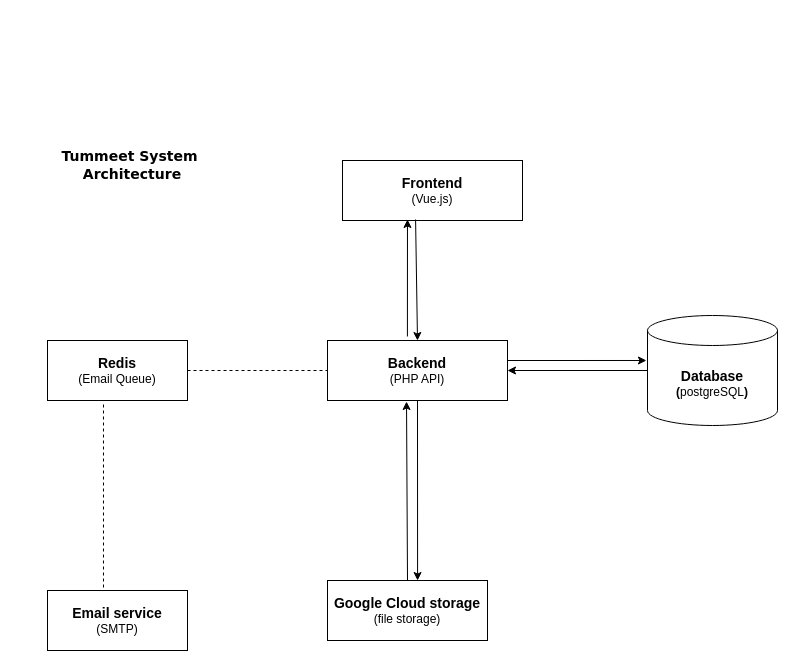
Earlier version of the draw.io diagram page "Page-1" (1 of 4) of Untitled Diagram.drawio (kiavin/auth_pages). Source tidied: cells renumbered, new cells numbered last; positions are measured from the earlier drawing's top-left corner, leaving out a move shared by most shapes. Both pictures are drawn from the tidied source at 100%, with x=0, y=0 at pixel (17, 150).
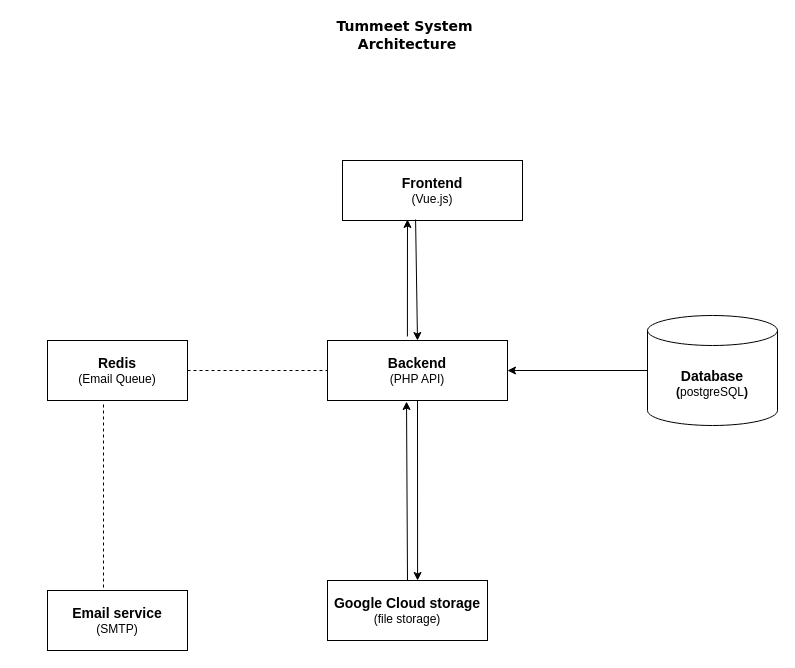
The same diagram, later.

The edit, as a diff of the source:
```diff
@@
 <mxGraphModel background="#ffffff">
   <root>
     <mxCell id="0" />
     <mxCell id="1" parent="0" />
     <mxCell id="2" value="&lt;div&gt;&lt;b&gt;&lt;font style=&quot;font-size: 14px;&quot;&gt;Frontend&lt;/font&gt;&lt;/b&gt;&lt;/div&gt;&lt;div&gt;(Vue.js)&lt;/div&gt;" style="rounded=0;whiteSpace=wrap;html=1;" parent="1" vertex="1">
       <mxGeometry x="325" y="10" width="180" height="60" as="geometry" />
     </mxCell>
     <mxCell id="3" value="&lt;div&gt;&lt;font style=&quot;font-size: 14px;&quot;&gt;Backend&lt;/font&gt;&lt;/div&gt;&lt;div&gt;&lt;span style=&quot;font-weight: normal;&quot;&gt;(PHP API)&lt;/span&gt;&lt;/div&gt;" style="rounded=0;whiteSpace=wrap;html=1;fontStyle=1;" parent="1" vertex="1">
       <mxGeometry x="310" y="190" width="180" height="60" as="geometry" />
     </mxCell>
     <mxCell id="4" value="&lt;div&gt;&lt;font style=&quot;font-size: 14px;&quot;&gt;&lt;b&gt;Google Cloud storage&lt;/b&gt;&lt;/font&gt;&lt;/div&gt;&lt;div&gt;(file storage)&lt;br&gt;&lt;/div&gt;" style="rounded=0;whiteSpace=wrap;html=1;" parent="1" vertex="1">
       <mxGeometry x="310" y="430" width="160" height="60" as="geometry" />
     </mxCell>
     <mxCell id="5" value="&lt;div&gt;&lt;font style=&quot;font-size: 14px;&quot;&gt;&lt;b&gt;Database&lt;/b&gt;&lt;/font&gt;&lt;/div&gt;&lt;div&gt;&lt;b&gt;(&lt;/b&gt;postgreSQL&lt;b&gt;)&lt;br&gt;&lt;/b&gt;&lt;/div&gt;" style="shape=cylinder3;whiteSpace=wrap;html=1;boundedLbl=1;backgroundOutline=1;size=15;" parent="1" vertex="1">
       <mxGeometry x="630" y="165" width="130" height="110" as="geometry" />
     </mxCell>
     <mxCell id="6" value="&lt;div&gt;&lt;b&gt;&lt;font style=&quot;font-size: 14px;&quot;&gt;Redis&lt;/font&gt;&lt;/b&gt;&lt;/div&gt;&lt;div&gt;(Email Queue)&lt;br&gt;&lt;/div&gt;" style="rounded=0;whiteSpace=wrap;html=1;" parent="1" vertex="1">
       <mxGeometry x="30" y="190" width="140" height="60" as="geometry" />
     </mxCell>
     <mxCell id="7" value="&lt;div&gt;&lt;font style=&quot;font-size: 14px;&quot;&gt;&lt;b&gt;Email service&lt;/b&gt;&lt;/font&gt;&lt;/div&gt;&lt;div&gt;(SMTP)&lt;br&gt;&lt;/div&gt;" style="rounded=0;whiteSpace=wrap;html=1;" parent="1" vertex="1">
       <mxGeometry x="30" y="440" width="140" height="60" as="geometry" />
     </mxCell>
     <mxCell id="8" style="endArrow=none;dashed=1;html=1;rounded=0;entryX=0;entryY=0.5;entryDx=0;entryDy=0;exitX=1;exitY=0.5;exitDx=0;exitDy=0;" parent="1" edge="1" source="6" target="3">
       <mxGeometry relative="1" as="geometry" />
     </mxCell>
     <mxCell id="9" style="endArrow=classic;html=1;rounded=0;exitX=0.444;exitY=-0.067;exitDx=0;exitDy=0;exitPerimeter=0;entryX=0.361;entryY=0.983;entryDx=0;entryDy=0;entryPerimeter=0;" parent="1" edge="1" source="3" target="2">
       <mxGeometry relative="1" as="geometry" />
     </mxCell>
     <mxCell id="10" style="endArrow=classic;html=1;rounded=0;exitX=0.406;exitY=0.983;exitDx=0;exitDy=0;exitPerimeter=0;entryX=0.5;entryY=0;entryDx=0;entryDy=0;" parent="1" edge="1" source="2" target="3">
       <mxGeometry relative="1" as="geometry" />
     </mxCell>
-    <mxCell id="11" style="endArrow=classic;html=1;rounded=0;entryX=-0.008;entryY=0.409;entryDx=0;entryDy=0;entryPerimeter=0;" parent="1" edge="1" target="5">
-      <mxGeometry relative="1" as="geometry">
-        <mxPoint x="490" y="210" as="sourcePoint" />
-      </mxGeometry>
-    </mxCell>
     <mxCell id="12" style="endArrow=classic;html=1;rounded=0;entryX=1;entryY=0.5;entryDx=0;entryDy=0;exitX=0;exitY=0.5;exitDx=0;exitDy=0;exitPerimeter=0;" parent="1" edge="1" source="5" target="3">
       <mxGeometry relative="1" as="geometry" />
     </mxCell>
     <mxCell id="13" style="endArrow=none;dashed=1;html=1;rounded=0;exitX=0.4;exitY=-0.05;exitDx=0;exitDy=0;exitPerimeter=0;entryX=0.4;entryY=1.033;entryDx=0;entryDy=0;entryPerimeter=0;" parent="1" edge="1" source="7" target="6">
       <mxGeometry relative="1" as="geometry" />
     </mxCell>
     <mxCell id="14" style="endArrow=classic;html=1;rounded=0;exitX=0.5;exitY=0;exitDx=0;exitDy=0;entryX=0.439;entryY=1.017;entryDx=0;entryDy=0;entryPerimeter=0;" parent="1" edge="1" source="4" target="3">
       <mxGeometry relative="1" as="geometry" />
     </mxCell>
     <mxCell id="15" style="endArrow=classic;html=1;rounded=0;exitX=0.5;exitY=1;exitDx=0;exitDy=0;entryX=0.563;entryY=0;entryDx=0;entryDy=0;entryPerimeter=0;" parent="1" edge="1" source="3" target="4">
       <mxGeometry relative="1" as="geometry" />
     </mxCell>
     <mxCell id="16" value="&lt;b&gt;&lt;font style=&quot;font-size: 14px;&quot; face=&quot;Verdana&quot;&gt;Tummeet System&amp;nbsp; Architecture&lt;/font&gt;&lt;font size=&quot;3&quot;&gt;&lt;br&gt;&lt;/font&gt;&lt;/b&gt;" style="text;html=1;align=center;verticalAlign=middle;whiteSpace=wrap;rounded=0;" parent="1" vertex="1">
-      <mxGeometry width="230" height="30" as="geometry" />
+      <mxGeometry x="275" y="-130" width="230" height="30" as="geometry" />
     </mxCell>
   </root>
 </mxGraphModel>
```
